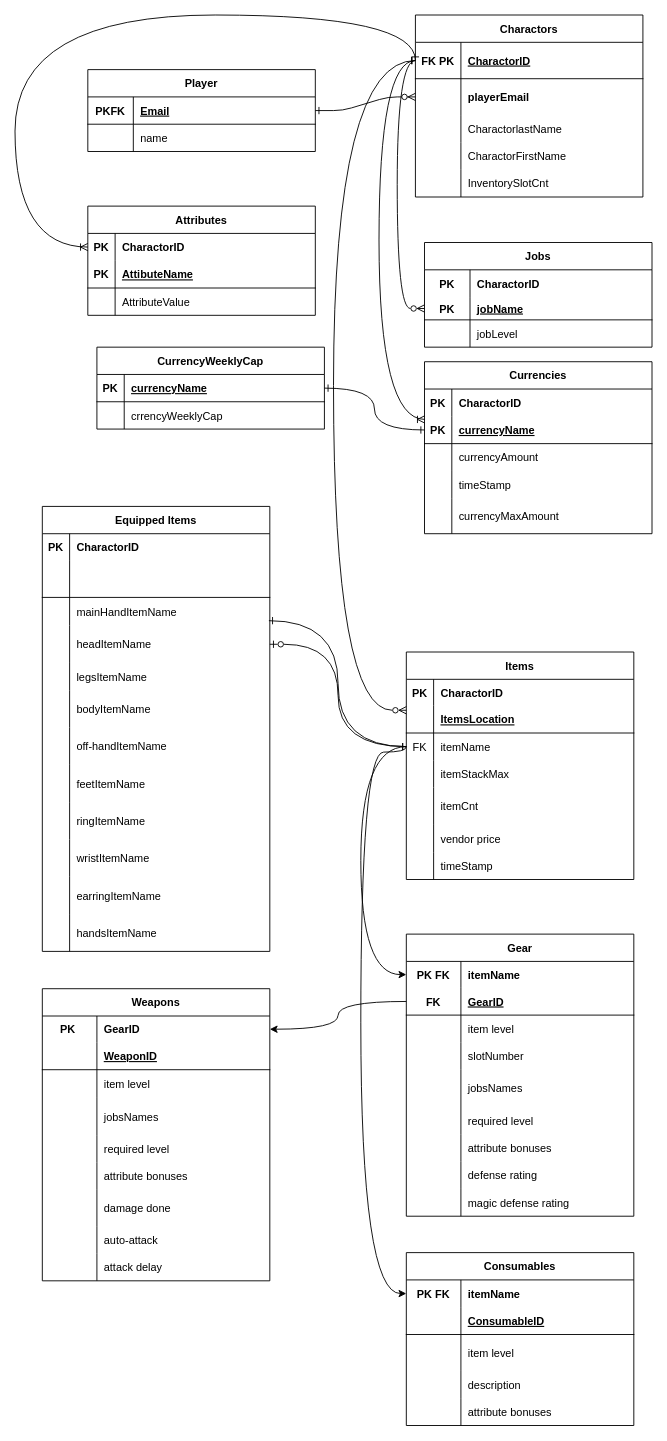
ifffShang/5800-hw2 keeps this draw.io diagram as HWUntitled Diagram.drawio. Above is the earlier version. Source tidied: cells renumbered, new cells numbered last; positions are measured from the earlier drawing's top-left corner, leaving out a move shared by most shapes. Both pictures are drawn from the tidied source at 91%, with x=0, y=0 at pixel (15, 15).
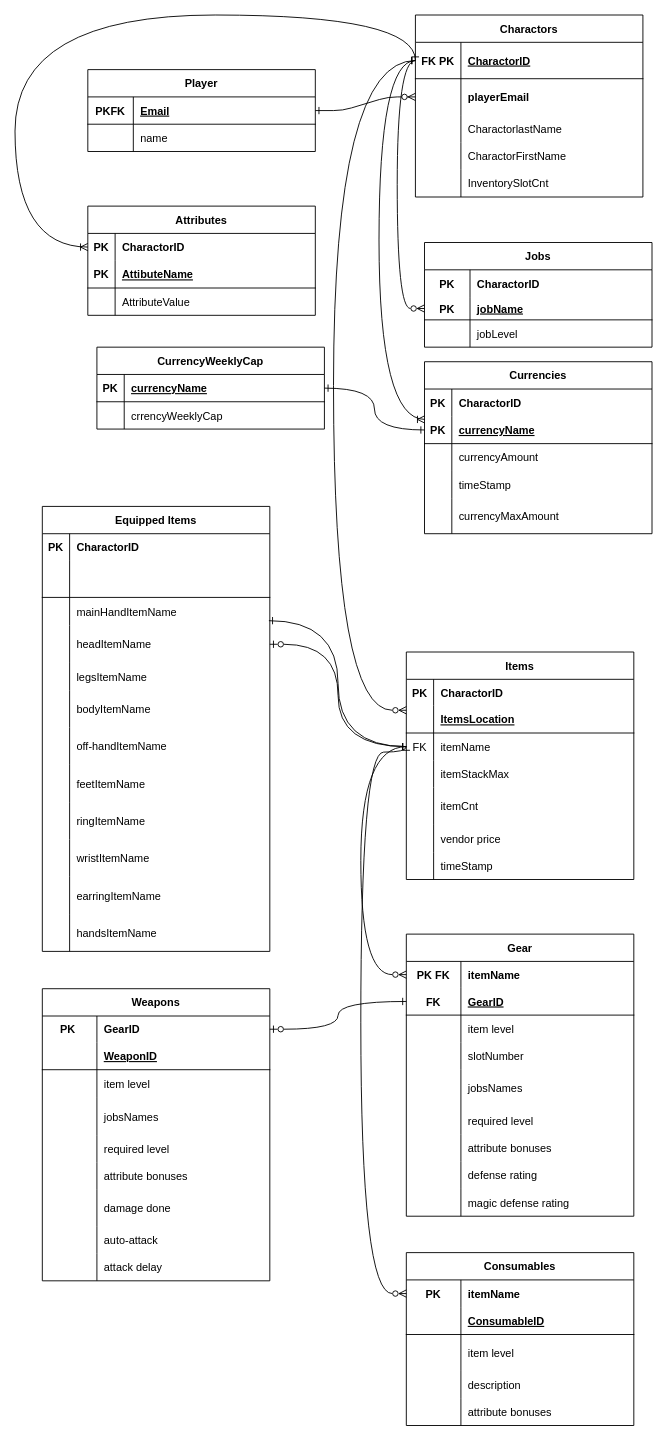
Above is the later version.

Unchanged cells that the change refers to:
```xml
<mxCell id="9" style="shape=partialRectangle;fillColor=none;points=[[0,0.5],[1,0.5]];portConstraint=eastwest;top=0;left=0;right=0;bottom=0;" parent="2" vertex="1">
  <mxGeometry y="89" width="250" height="30" as="geometry" />
</mxCell>
<mxCell id="78" style="shape=partialRectangle;fillColor=none;points=[[0,0.5],[1,0.5]];portConstraint=eastwest;top=0;left=0;right=0;bottom=0;fontStyle=1;" parent="77" vertex="1">
  <mxGeometry y="30" width="250" height="29" as="geometry" />
</mxCell>
<mxCell id="81" style="shape=partialRectangle;fillColor=none;points=[[0,0.5],[1,0.5]];portConstraint=eastwest;top=0;left=0;right=0;bottom=1;" parent="77" vertex="1">
  <mxGeometry y="59" width="250" height="30" as="geometry" />
</mxCell>
<mxCell id="107" style="shape=partialRectangle;fillColor=none;points=[[0,0.5],[1,0.5]];portConstraint=eastwest;top=0;left=0;right=0;bottom=0;fontStyle=1;" parent="106" vertex="1">
  <mxGeometry y="30" width="250" height="29" as="geometry" />
</mxCell>
<mxCell id="136" style="shape=partialRectangle;fillColor=none;points=[[0,0.5],[1,0.5]];portConstraint=eastwest;top=0;left=0;right=0;bottom=0;fontStyle=1;" parent="135" vertex="1">
  <mxGeometry y="30" width="250" height="30" as="geometry" />
</mxCell>
```

The edit, as a diff of the source:
```diff
@@
-    <mxCell id="105" style="edgeStyle=orthogonalEdgeStyle;rounded=0;jettySize=auto;html=1;entryX=0;entryY=0.5;entryDx=0;entryDy=0;curved=1;exitX=0;exitY=0.5;exitDx=0;exitDy=0;" parent="1" edge="1" source="9" target="78">
+    <mxCell id="105" style="edgeStyle=orthogonalEdgeStyle;rounded=0;jettySize=auto;html=1;entryX=0;entryY=0.5;entryDx=0;entryDy=0;curved=1;exitX=0;exitY=0.5;exitDx=0;exitDy=0;startArrow=ERone;startFill=0;endArrow=ERzeroToMany;endFill=0;" parent="1" edge="1" source="9" target="78">
       <mxGeometry relative="1" as="geometry">
         <Array as="points">
           <mxPoint x="380" y="804" />
           <mxPoint x="380" y="1054" />
         </Array>
       </mxGeometry>
     </mxCell>
@@
-    <mxCell id="134" style="edgeStyle=orthogonalEdgeStyle;rounded=0;jettySize=auto;html=1;exitX=0;exitY=0.5;exitDx=0;exitDy=0;entryX=1;entryY=0.5;entryDx=0;entryDy=0;curved=1;" parent="1" edge="1" source="81" target="107">
+    <mxCell id="134" style="edgeStyle=orthogonalEdgeStyle;rounded=0;jettySize=auto;html=1;exitX=0;exitY=0.5;exitDx=0;exitDy=0;entryX=1;entryY=0.5;entryDx=0;entryDy=0;curved=1;startArrow=ERone;startFill=0;endArrow=ERzeroToOne;endFill=0;" parent="1" edge="1" source="81" target="107">
       <mxGeometry relative="1" as="geometry" />
     </mxCell>
@@
-    <mxCell id="137" value="PK FK" style="shape=partialRectangle;overflow=hidden;fillColor=none;top=0;left=0;bottom=0;right=0;fontStyle=1;" parent="136" vertex="1">
+    <mxCell id="137" value="PK" style="shape=partialRectangle;overflow=hidden;fillColor=none;top=0;left=0;bottom=0;right=0;fontStyle=1;" parent="136" vertex="1">
       <mxGeometry width="60" height="30" as="geometry" />
     </mxCell>
@@
-    <mxCell id="151" style="edgeStyle=orthogonalEdgeStyle;rounded=0;jettySize=auto;html=1;entryX=0;entryY=0.5;entryDx=0;entryDy=0;curved=1;exitX=0;exitY=0.5;exitDx=0;exitDy=0;" parent="1" edge="1" source="9" target="136">
+    <mxCell id="151" style="edgeStyle=orthogonalEdgeStyle;rounded=0;jettySize=auto;html=1;entryX=0;entryY=0.5;entryDx=0;entryDy=0;curved=1;exitX=0;exitY=0.5;exitDx=0;exitDy=0;startArrow=ERone;startFill=0;endArrow=ERzeroToMany;endFill=0;" parent="1" edge="1" source="9" target="136">
       <mxGeometry relative="1" as="geometry">
         <Array as="points">
           <mxPoint x="430" y="810" />
           <mxPoint x="380" y="810" />
           <mxPoint x="380" y="1405" />
         </Array>
       </mxGeometry>
     </mxCell>
```
